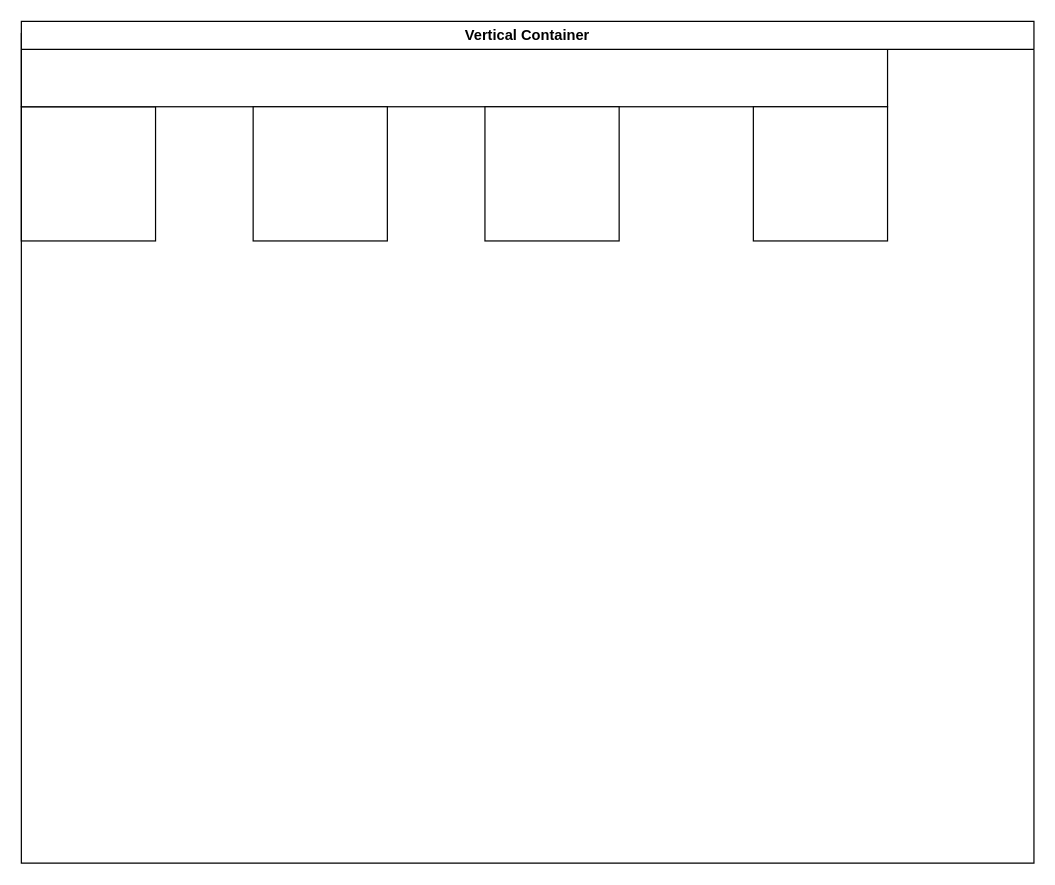
The draw.io diagram Untitled Diagram.drawio in LorenzovandenDungen/admincrud, before the edit. Source tidied: cells renumbered, new cells numbered last; positions are measured from the earlier drawing's top-left corner, leaving out a move shared by most shapes. Both pictures are drawn from the tidied source at 122%, with x=0, y=0 at pixel (21, 21).
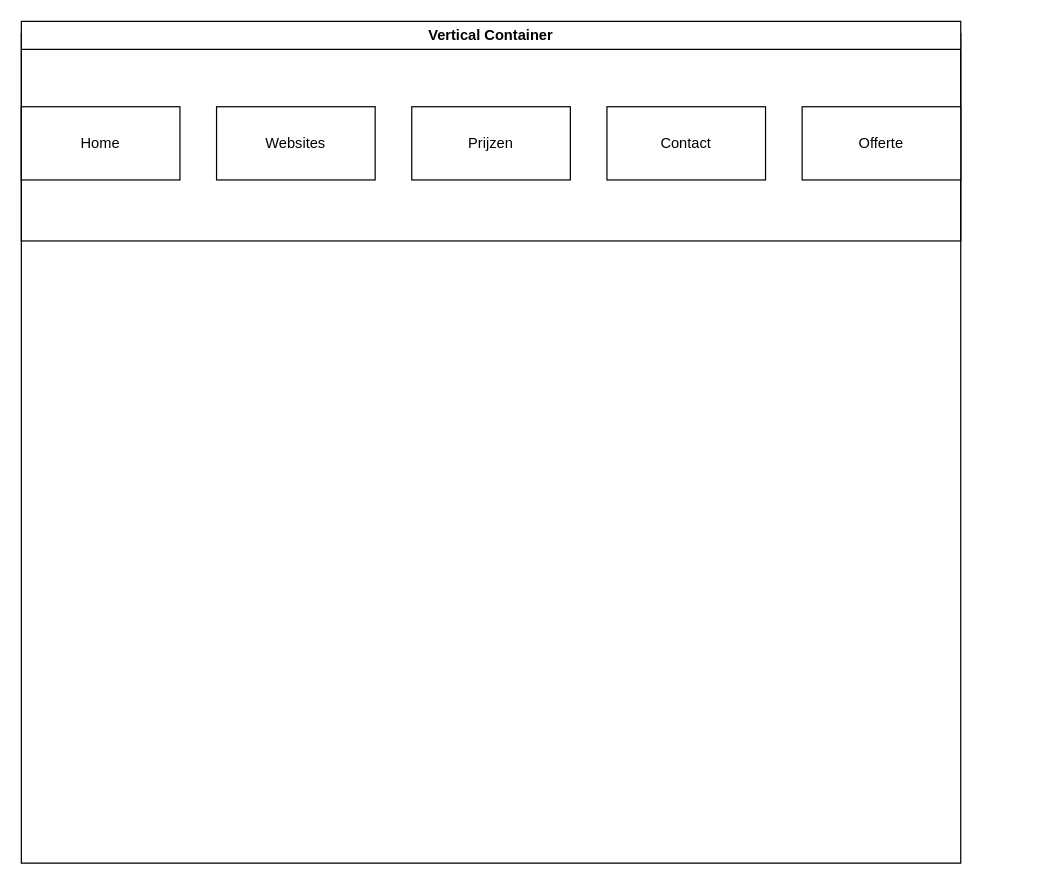
Above is the later version.

Diff of the diagram source:
```diff
@@
 <mxGraphModel>
   <root>
     <mxCell id="0" />
     <mxCell id="1" parent="0" />
-    <mxCell id="2" style="whiteSpace=wrap;html=1;" parent="1" vertex="1">
-      <mxGeometry y="70" width="110" height="110" as="geometry" />
-    </mxCell>
     <mxCell id="3" style="rounded=0;whiteSpace=wrap;html=1;" parent="1" vertex="1">
-      <mxGeometry y="10" width="710" height="60" as="geometry" />
+      <mxGeometry y="10" width="770" height="170" as="geometry" />
     </mxCell>
-    <mxCell id="4" style="whiteSpace=wrap;html=1;" parent="1" vertex="1">
-      <mxGeometry x="190" y="70" width="110" height="110" as="geometry" />
-    </mxCell>
-    <mxCell id="5" style="whiteSpace=wrap;html=1;" parent="1" vertex="1">
-      <mxGeometry x="380" y="70" width="110" height="110" as="geometry" />
-    </mxCell>
-    <mxCell id="6" style="whiteSpace=wrap;html=1;" parent="1" vertex="1">
-      <mxGeometry x="600" y="70" width="110" height="110" as="geometry" />
-    </mxCell>
     <mxCell id="7" value="Vertical Container" style="swimlane;whiteSpace=wrap;html=1;" parent="1" vertex="1">
-      <mxGeometry width="830" height="690" as="geometry" />
+      <mxGeometry width="770" height="690" as="geometry" />
     </mxCell>
+    <mxCell id="8" value="Home" style="rounded=0;whiteSpace=wrap;html=1;" parent="7" vertex="1">
+      <mxGeometry y="70" width="130" height="60" as="geometry" />
+    </mxCell>
+    <mxCell id="9" value="Websites" style="rounded=0;whiteSpace=wrap;html=1;" parent="7" vertex="1">
+      <mxGeometry x="160" y="70" width="130" height="60" as="geometry" />
+    </mxCell>
+    <mxCell id="10" value="Prijzen" style="rounded=0;whiteSpace=wrap;html=1;" parent="7" vertex="1">
+      <mxGeometry x="320" y="70" width="130" height="60" as="geometry" />
+    </mxCell>
+    <mxCell id="11" value="Contact" style="rounded=0;whiteSpace=wrap;html=1;" parent="7" vertex="1">
+      <mxGeometry x="480" y="70" width="130" height="60" as="geometry" />
+    </mxCell>
+    <mxCell id="12" value="Offerte" style="rounded=0;whiteSpace=wrap;html=1;" parent="7" vertex="1">
+      <mxGeometry x="640" y="70" width="130" height="60" as="geometry" />
+    </mxCell>
   </root>
 </mxGraphModel>
```
